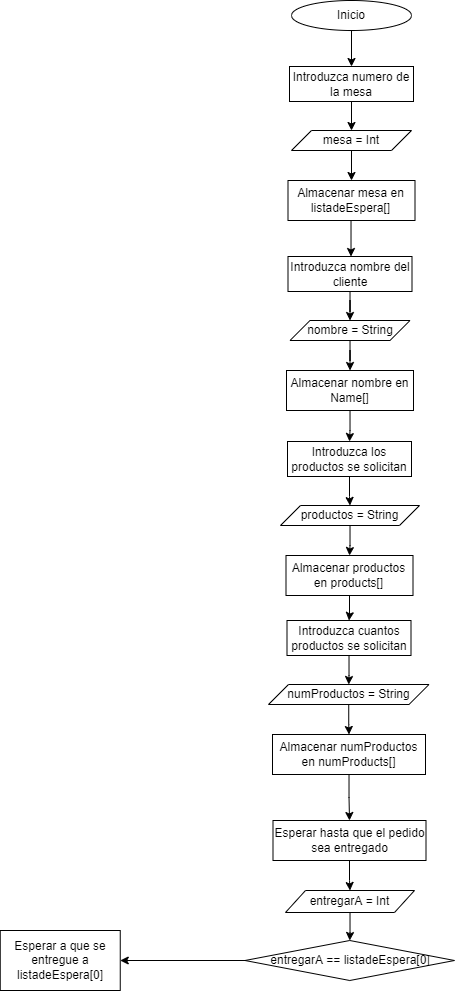
Earlier version of the draw.io export Toma de pedidos.png (dasamepu/Flujo-de-funciones-para-encapsular-algoritmos). Source tidied: cells renumbered, new cells last; positions are measured from the earlier drawing's top-left corner, leaving out a move shared by most shapes.
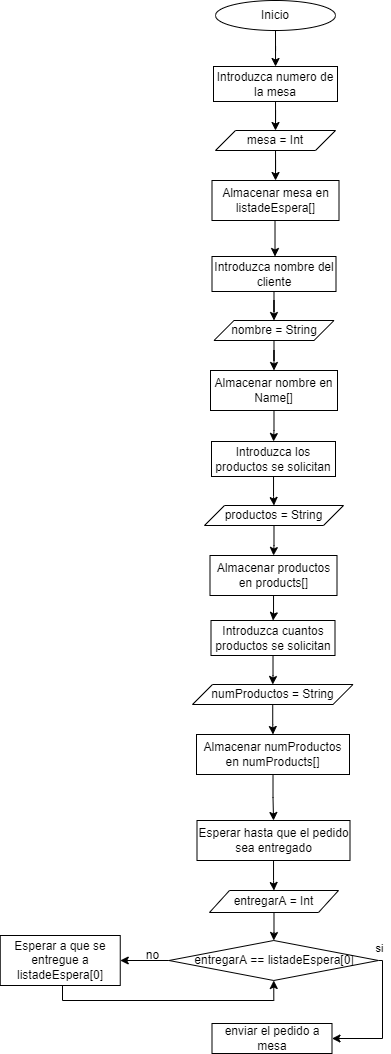
After the change.

The edit, as a diff of the source:
```diff
@@ -98,11 +98,38 @@
     <mxCell id="32" style="edgeStyle=orthogonalEdgeStyle;rounded=0;jettySize=auto;html=1;" parent="1" edge="1" source="33" target="34">
       <mxGeometry relative="1" as="geometry" />
     </mxCell>
+    <mxCell id="35" style="edgeStyle=orthogonalEdgeStyle;rounded=0;jettySize=auto;html=1;entryX=1;entryY=0.5;entryDx=0;entryDy=0;" parent="1" edge="1" source="33" target="39">
+      <mxGeometry relative="1" as="geometry">
+        <Array as="points">
+          <mxPoint x="458" y="960" />
+          <mxPoint x="458" y="1038" />
+        </Array>
+      </mxGeometry>
+    </mxCell>
+    <mxCell id="36" value="si" style="edgeLabel;html=1;align=center;verticalAlign=middle;" parent="35" vertex="1">
+      <mxGeometry x="-0.95" y="7" relative="1" as="geometry">
+        <mxPoint x="-2" y="-5" as="offset" />
+      </mxGeometry>
+    </mxCell>
     <mxCell id="33" value="entregarA == listadeEspera[0]" style="rhombus;whiteSpace=wrap;html=1;" parent="1" vertex="1">
       <mxGeometry x="244.5" y="940" width="209.5" height="40" as="geometry" />
     </mxCell>
+    <mxCell id="37" style="edgeStyle=orthogonalEdgeStyle;rounded=0;jettySize=auto;html=1;entryX=0.5;entryY=1;entryDx=0;entryDy=0;" parent="1" edge="1" source="34" target="33">
+      <mxGeometry relative="1" as="geometry">
+        <Array as="points">
+          <mxPoint x="138" y="1000" />
+          <mxPoint x="349" y="1000" />
+        </Array>
+      </mxGeometry>
+    </mxCell>
     <mxCell id="34" value="Esperar a que se entregue a listadeEspera[0]" style="whiteSpace=wrap;html=1;" parent="1" vertex="1">
-      <mxGeometry x="-0.2" y="930" width="120" height="60" as="geometry" />
+      <mxGeometry x="75.8" y="935" width="120" height="50" as="geometry" />
     </mxCell>
+    <mxCell id="38" value="no" style="text;html=1;align=center;verticalAlign=middle;strokeColor=none;fillColor=none;" parent="1" vertex="1">
+      <mxGeometry x="208" y="940" width="40" height="30" as="geometry" />
+    </mxCell>
+    <mxCell id="39" value="enviar el pedido a mesa" style="whiteSpace=wrap;html=1;" parent="1" vertex="1">
+      <mxGeometry x="287.5" y="1023" width="120" height="30" as="geometry" />
+    </mxCell>
   </root>
 </mxGraphModel>
```
